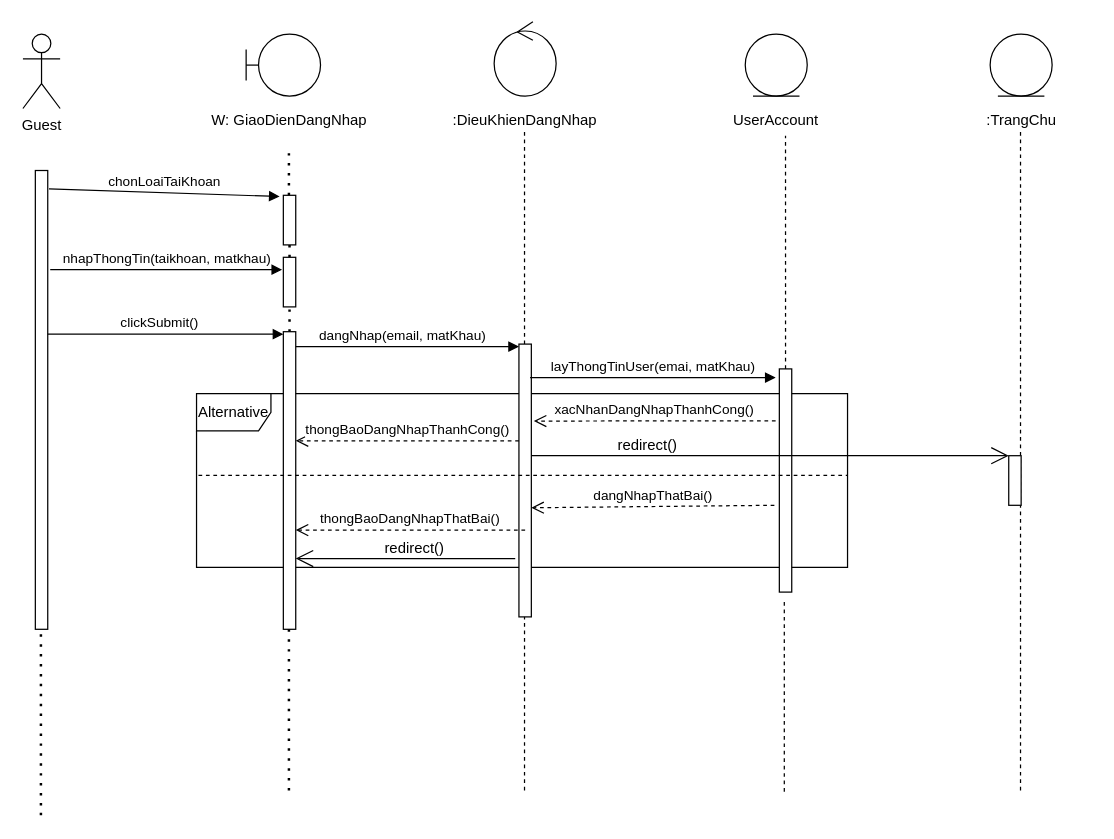
Earlier version of the draw.io diagram loginSequenceDiagram.drawio (hoangminh15/PTTKHT). Source tidied: cells renumbered, new cells numbered last; positions are measured from the earlier drawing's top-left corner, leaving out a move shared by most shapes. Both pictures are drawn from the tidied source at 124%, with x=0, y=0 at pixel (22, 21).
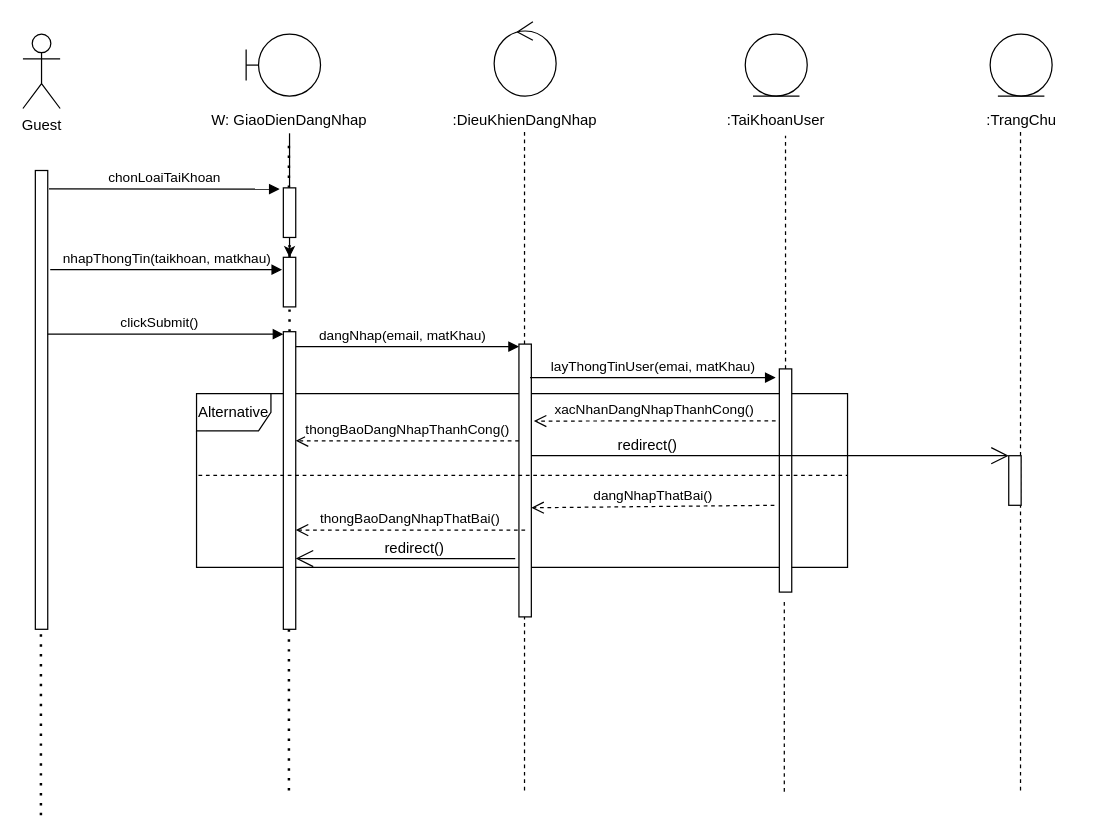
Above is the later version.

The change refers to these unchanged cells:
```xml
<mxCell id="9" value="W: GiaoDienDangNhap" style="text;html=1;strokeColor=none;fillColor=none;align=center;verticalAlign=middle;whiteSpace=wrap;rounded=0;" parent="1" vertex="1">
  <mxGeometry x="150" y="70" width="130" height="20" as="geometry" />
</mxCell>
<mxCell id="22" style="html=1;points=[];perimeter=orthogonalPerimeter;" parent="1" vertex="1">
  <mxGeometry x="210" y="190" width="10" height="40" as="geometry" />
</mxCell>
```

Change to the diagram source:
```diff
@@
+    <mxCell id="44" style="edgeStyle=orthogonalEdgeStyle;rounded=0;jettySize=auto;html=1;" parent="1" edge="1" source="9" target="22">
+      <mxGeometry relative="1" as="geometry" />
+    </mxCell>
@@
-    <mxCell id="11" value="UserAccount" style="text;html=1;strokeColor=none;fillColor=none;align=center;verticalAlign=middle;whiteSpace=wrap;rounded=0;" parent="1" vertex="1">
+    <mxCell id="11" value=":TaiKhoanUser" style="text;html=1;strokeColor=none;fillColor=none;align=center;verticalAlign=middle;whiteSpace=wrap;rounded=0;" parent="1" vertex="1">
       <mxGeometry x="550" y="70" width="115" height="20" as="geometry" />
     </mxCell>
@@
     <mxCell id="20" style="html=1;points=[];perimeter=orthogonalPerimeter;" parent="1" vertex="1">
-      <mxGeometry x="210" y="140" width="10" height="40" as="geometry" />
+      <mxGeometry x="210" y="134" width="10" height="40" as="geometry" />
     </mxCell>
```
